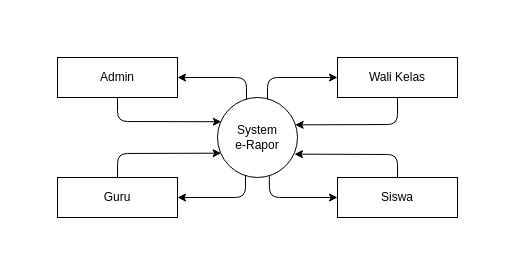
This is Untitled Diagram.drawio from laifcity/erapor, a draw.io file, before an edit. Source tidied: cells renumbered, new cells numbered last; positions are measured from the earlier drawing's top-left corner, leaving out a move shared by most shapes. Both pictures are drawn from the tidied source at 100%, with x=0, y=0 at pixel (57, 57).
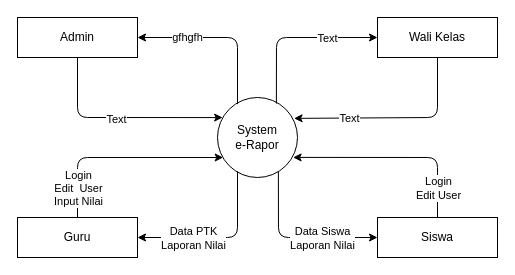
After the change.

Unchanged cells that the change refers to:
```xml
<mxCell id="2" value="System &lt;br&gt;e-Rapor" style="ellipse;whiteSpace=wrap;html=1;" parent="1" vertex="1">
  <mxGeometry x="160" y="40" width="80" height="80" as="geometry" />
</mxCell>
```

What changed in the source:
```diff
@@
     <mxCell id="3" value="Admin" style="rounded=0;whiteSpace=wrap;html=1;" parent="1" vertex="1">
-      <mxGeometry width="120" height="40" as="geometry" />
+      <mxGeometry x="-40" y="-40" width="120" height="40" as="geometry" />
     </mxCell>
     <mxCell id="4" value="Guru" style="rounded=0;whiteSpace=wrap;html=1;" parent="1" vertex="1">
-      <mxGeometry y="120" width="120" height="40" as="geometry" />
+      <mxGeometry x="-40" y="160" width="120" height="40" as="geometry" />
     </mxCell>
     <mxCell id="5" value="Wali Kelas" style="rounded=0;whiteSpace=wrap;html=1;" parent="1" vertex="1">
-      <mxGeometry x="280" width="120" height="40" as="geometry" />
+      <mxGeometry x="320" y="-40" width="120" height="40" as="geometry" />
     </mxCell>
     <mxCell id="6" value="Siswa" style="rounded=0;whiteSpace=wrap;html=1;" parent="1" vertex="1">
-      <mxGeometry x="280" y="120" width="120" height="40" as="geometry" />
+      <mxGeometry x="320" y="160" width="120" height="40" as="geometry" />
     </mxCell>
-    <mxCell id="7" style="endArrow=classic;html=1;exitX=0.648;exitY=0.983;exitDx=0;exitDy=0;entryX=0;entryY=0.5;entryDx=0;entryDy=0;exitPerimeter=0;" parent="1" edge="1" source="2" target="6">
+    <mxCell id="7" style="endArrow=classic;html=1;exitX=0.761;exitY=0.929;exitDx=0;exitDy=0;entryX=0;entryY=0.5;entryDx=0;entryDy=0;exitPerimeter=0;" parent="1" edge="1" source="2" target="6">
       <mxGeometry relative="1" as="geometry">
         <Array as="points">
-          <mxPoint x="212" y="140" />
+          <mxPoint x="221" y="180" />
         </Array>
       </mxGeometry>
     </mxCell>
+    <mxCell id="15" value="Data Siswa&lt;br&gt;Laporan Nilai" style="edgeLabel;html=1;align=center;verticalAlign=middle;" parent="7" vertex="1">
+      <mxGeometry x="0.2" y="-2" relative="1" as="geometry">
+        <mxPoint x="10.5" y="-2" as="offset" />
+      </mxGeometry>
+    </mxCell>
-    <mxCell id="8" style="endArrow=classic;html=1;entryX=1;entryY=0.5;entryDx=0;entryDy=0;" parent="1" edge="1" target="3">
-      <mxGeometry relative="1" as="geometry">
-        <mxPoint x="189" y="42" as="sourcePoint" />
+    <mxCell id="8" value="gfhgfh" style="endArrow=classic;html=1;entryX=1;entryY=0.5;entryDx=0;entryDy=0;exitX=0.25;exitY=0.083;exitDx=0;exitDy=0;exitPerimeter=0;" parent="1" edge="1" source="2" target="3">
+      <mxGeometry x="0.4" relative="1" as="geometry">
         <Array as="points">
-          <mxPoint x="189" y="20" />
+          <mxPoint x="180" y="-20" />
         </Array>
       </mxGeometry>
     </mxCell>
-    <mxCell id="9" style="endArrow=classic;html=1;exitX=0.5;exitY=1;exitDx=0;exitDy=0;entryX=0.971;entryY=0.342;entryDx=0;entryDy=0;entryPerimeter=0;" parent="1" edge="1" source="5" target="2">
+    <mxCell id="9" style="endArrow=classic;html=1;exitX=0.5;exitY=1;exitDx=0;exitDy=0;entryX=0.957;entryY=0.261;entryDx=0;entryDy=0;entryPerimeter=0;" parent="1" edge="1" source="5" target="2">
       <mxGeometry relative="1" as="geometry">
         <Array as="points">
-          <mxPoint x="340" y="67" />
+          <mxPoint x="380" y="60" />
         </Array>
       </mxGeometry>
     </mxCell>
+    <mxCell id="16" value="Text" style="edgeLabel;html=1;align=center;verticalAlign=middle;" parent="9" vertex="1">
+      <mxGeometry x="0.46" relative="1" as="geometry" />
+    </mxCell>
-    <mxCell id="10" style="endArrow=classic;html=1;exitX=0.35;exitY=0.978;exitDx=0;exitDy=0;entryX=1;entryY=0.5;entryDx=0;entryDy=0;exitPerimeter=0;" parent="1" edge="1" source="2" target="4">
+    <mxCell id="10" style="endArrow=classic;html=1;entryX=1;entryY=0.5;entryDx=0;entryDy=0;" parent="1" edge="1" target="4">
       <mxGeometry relative="1" as="geometry">
+        <mxPoint x="180" y="114" as="sourcePoint" />
         <Array as="points">
-          <mxPoint x="188" y="140" />
+          <mxPoint x="180" y="180" />
         </Array>
       </mxGeometry>
     </mxCell>
+    <mxCell id="17" value="Data PTK&lt;br&gt;Laporan Nilai" style="edgeLabel;html=1;align=center;verticalAlign=middle;" parent="10" vertex="1">
+      <mxGeometry x="0.08" relative="1" as="geometry">
+        <mxPoint x="-21" as="offset" />
+      </mxGeometry>
+    </mxCell>
-    <mxCell id="11" style="endArrow=classic;html=1;entryX=0.046;entryY=0.696;entryDx=0;entryDy=0;exitX=0.5;exitY=0;exitDx=0;exitDy=0;entryPerimeter=0;" parent="1" edge="1" source="4" target="2">
+    <mxCell id="11" style="endArrow=classic;html=1;exitX=0.5;exitY=0;exitDx=0;exitDy=0;entryX=0.071;entryY=0.75;entryDx=0;entryDy=0;entryPerimeter=0;" parent="1" edge="1" source="4" target="2">
       <mxGeometry relative="1" as="geometry">
         <Array as="points">
-          <mxPoint x="60" y="96" />
+          <mxPoint x="20" y="100" />
         </Array>
       </mxGeometry>
     </mxCell>
+    <mxCell id="18" value="Login&lt;br&gt;Edit&amp;nbsp; User&lt;br&gt;Input Nilai" style="edgeLabel;html=1;align=center;verticalAlign=middle;" parent="11" vertex="1">
+      <mxGeometry x="-0.82" relative="1" as="geometry">
+        <mxPoint y="-10.8" as="offset" />
+      </mxGeometry>
+    </mxCell>
-    <mxCell id="12" style="endArrow=classic;html=1;entryX=0.962;entryY=0.708;entryDx=0;entryDy=0;exitX=0.5;exitY=0;exitDx=0;exitDy=0;entryPerimeter=0;" parent="1" edge="1" source="6" target="2">
+    <mxCell id="12" style="endArrow=classic;html=1;entryX=0.945;entryY=0.749;entryDx=0;entryDy=0;exitX=0.5;exitY=0;exitDx=0;exitDy=0;entryPerimeter=0;" parent="1" edge="1" source="6" target="2">
       <mxGeometry relative="1" as="geometry">
         <Array as="points">
-          <mxPoint x="340" y="97" />
+          <mxPoint x="380" y="100" />
         </Array>
       </mxGeometry>
     </mxCell>
+    <mxCell id="19" value="Login&lt;br&gt;Edit User" style="edgeLabel;html=1;align=center;verticalAlign=middle;" parent="12" vertex="1">
+      <mxGeometry x="-0.61" relative="1" as="geometry">
+        <mxPoint y="10" as="offset" />
+      </mxGeometry>
+    </mxCell>
-    <mxCell id="13" style="endArrow=classic;html=1;exitX=0.5;exitY=1;exitDx=0;exitDy=0;entryX=0.048;entryY=0.303;entryDx=0;entryDy=0;entryPerimeter=0;" parent="1" edge="1" source="3" target="2">
+    <mxCell id="13" style="endArrow=classic;html=1;exitX=0.5;exitY=1;exitDx=0;exitDy=0;entryX=0.064;entryY=0.251;entryDx=0;entryDy=0;entryPerimeter=0;" parent="1" edge="1" source="3" target="2">
       <mxGeometry relative="1" as="geometry">
         <Array as="points">
-          <mxPoint x="60" y="64" />
+          <mxPoint x="20" y="60" />
         </Array>
       </mxGeometry>
     </mxCell>
+    <mxCell id="20" value="Text" style="edgeLabel;html=1;align=center;verticalAlign=middle;" parent="13" vertex="1">
+      <mxGeometry x="-0.03" y="-1" relative="1" as="geometry" />
+    </mxCell>
-    <mxCell id="14" style="endArrow=classic;html=1;entryX=0;entryY=0.5;entryDx=0;entryDy=0;exitX=0.625;exitY=0.021;exitDx=0;exitDy=0;exitPerimeter=0;" parent="1" edge="1" source="2" target="5">
+    <mxCell id="14" style="endArrow=classic;html=1;entryX=0;entryY=0.5;entryDx=0;entryDy=0;exitX=0.736;exitY=0.076;exitDx=0;exitDy=0;exitPerimeter=0;" parent="1" edge="1" source="2" target="5">
       <mxGeometry relative="1" as="geometry">
         <Array as="points">
-          <mxPoint x="210" y="20" />
+          <mxPoint x="219" y="-20" />
         </Array>
       </mxGeometry>
     </mxCell>
+    <mxCell id="21" value="Text" style="edgeLabel;html=1;align=center;verticalAlign=middle;" parent="14" vertex="1">
+      <mxGeometry x="-0.42" y="-1" relative="1" as="geometry">
+        <mxPoint x="50" y="-17.8" as="offset" />
+      </mxGeometry>
+    </mxCell>
```
